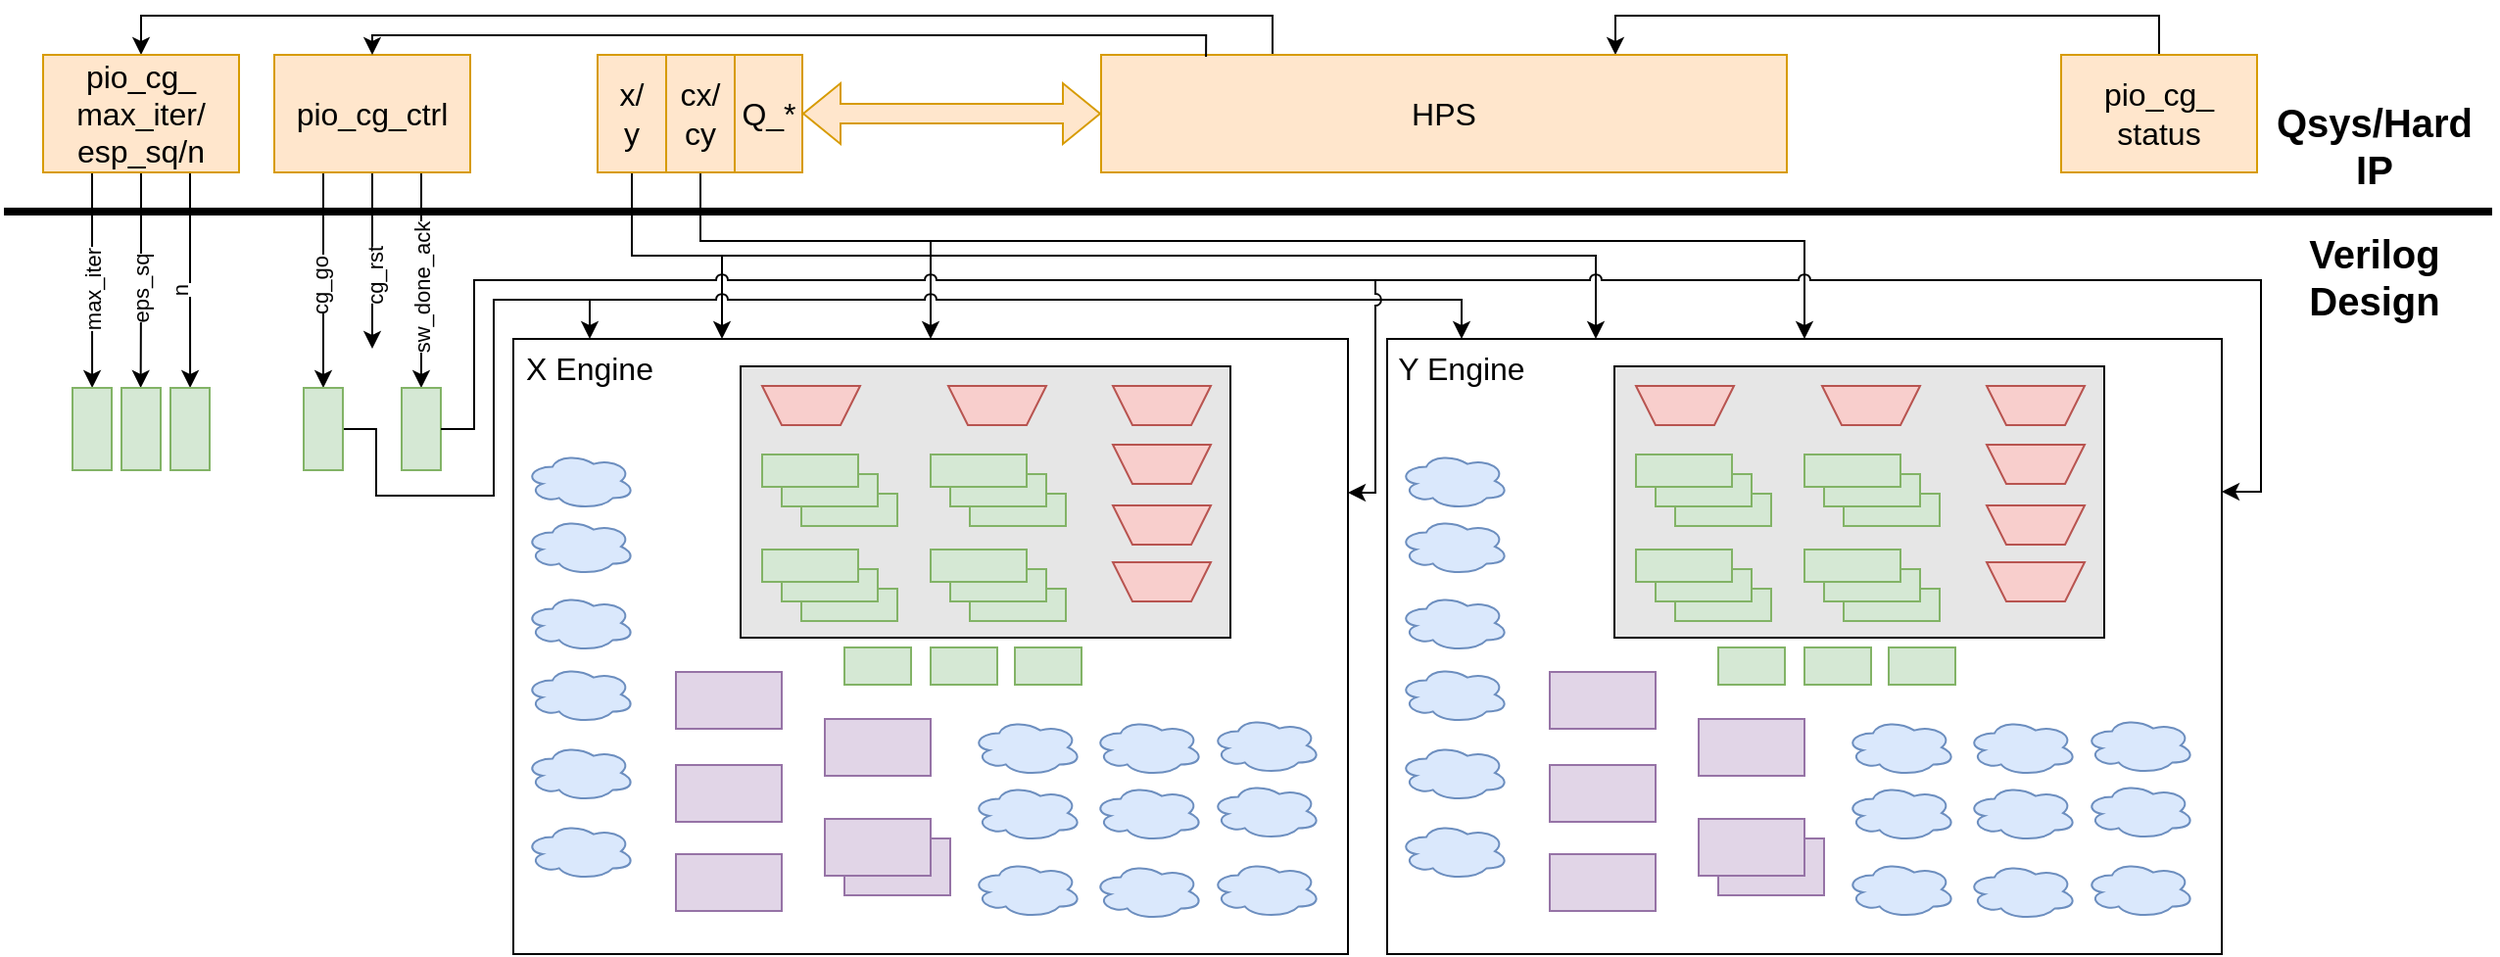
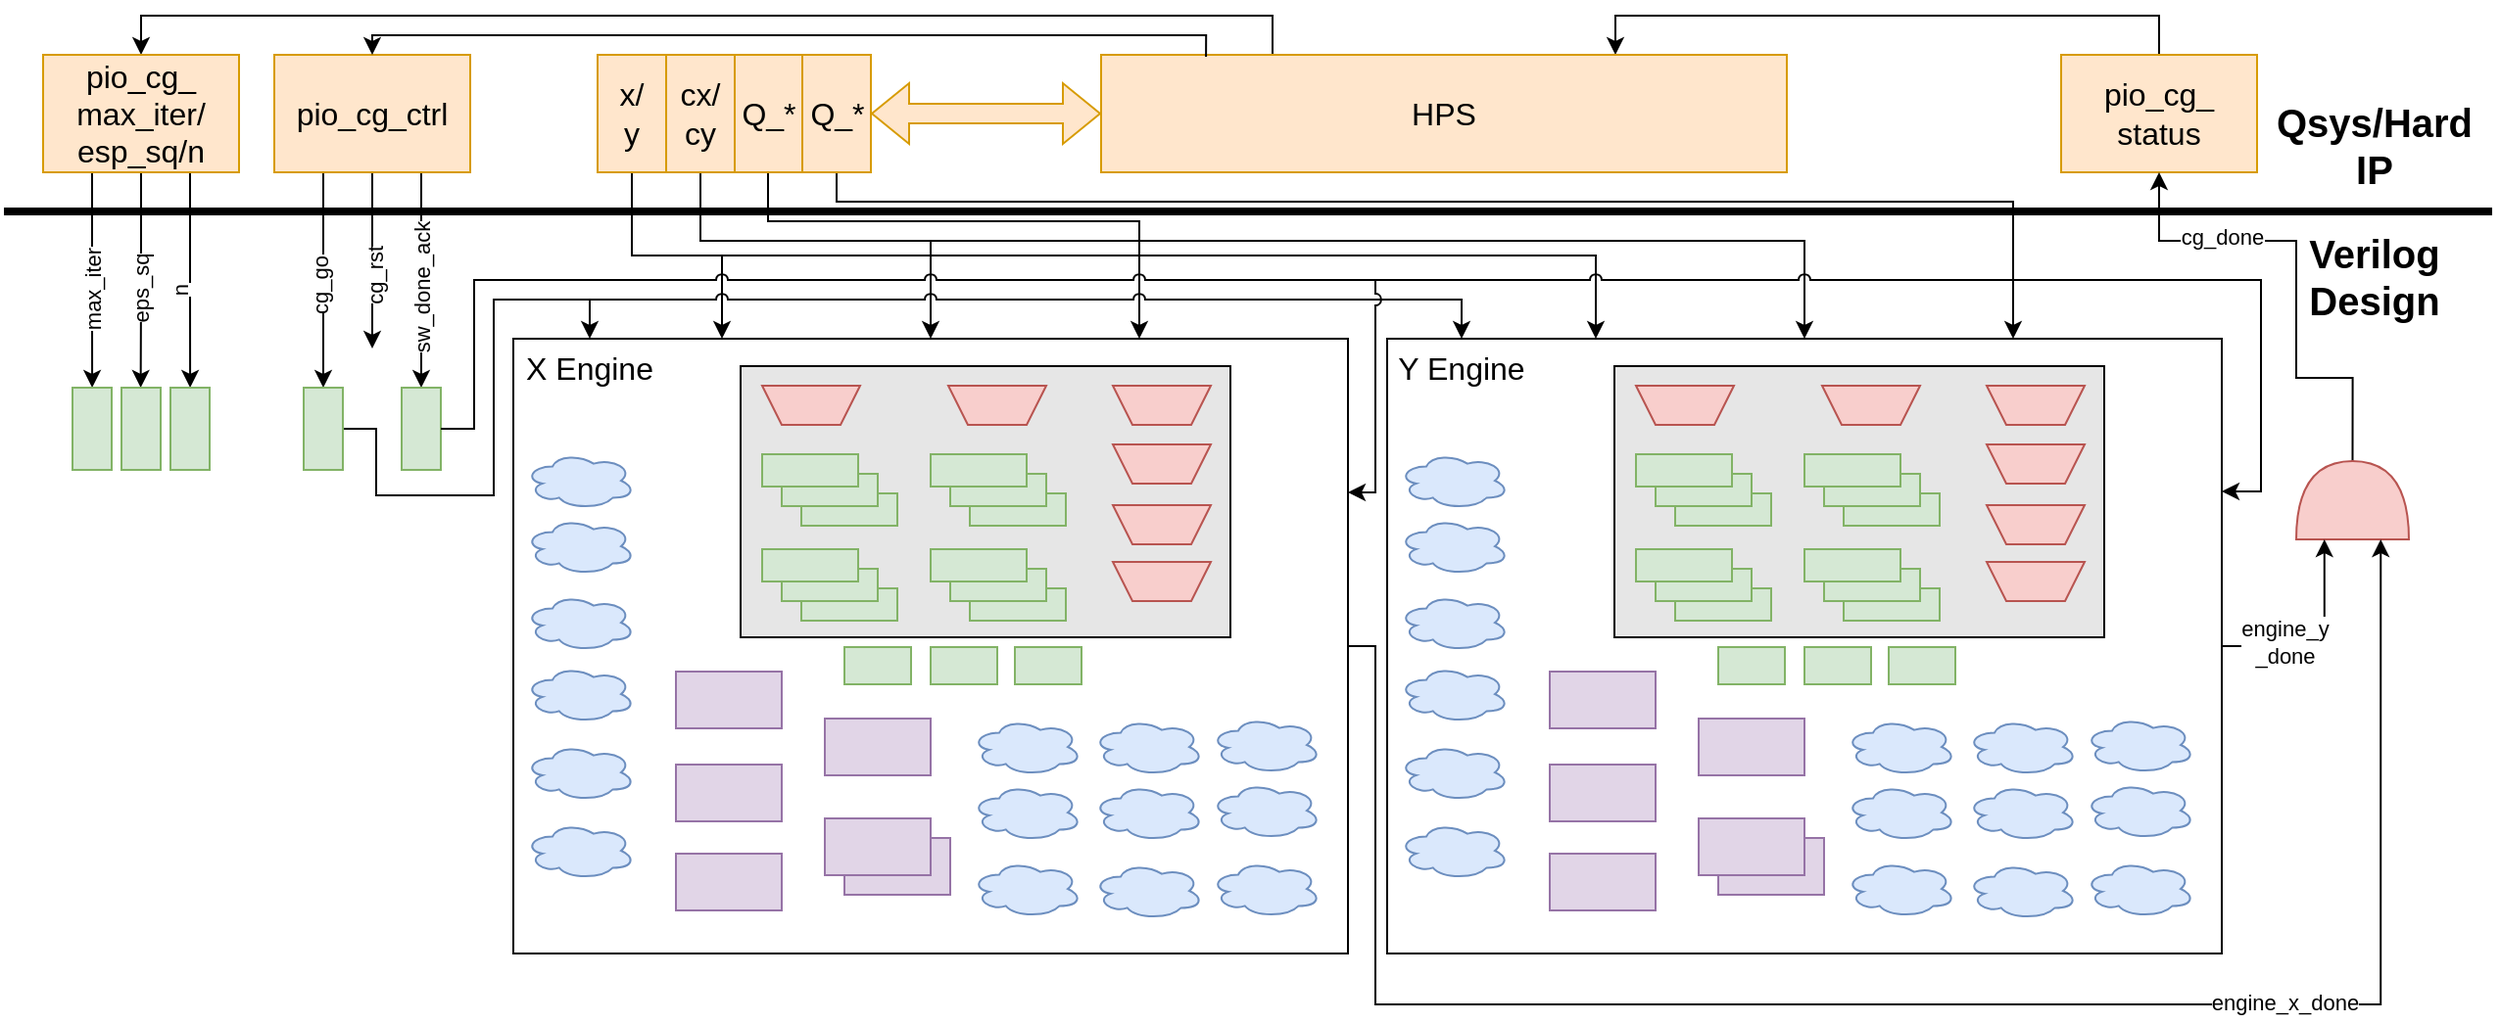
<mxfile host="Electron">
  <diagram name="Page-1" id="AWNFlbgRhAf7hCucew47">
-     <mxGraphModel dx="1623" dy="1133" grid="1" gridSize="10" guides="1" tooltips="1" connect="1" arrows="1" fold="1" page="1" pageScale="1" pageWidth="850" pageHeight="1100" math="0" shadow="0">
+     <mxGraphModel dx="1285" dy="897" grid="1" gridSize="10" guides="1" tooltips="1" connect="1" arrows="1" fold="1" page="1" pageScale="1" pageWidth="850" pageHeight="1100" math="0" shadow="0">
      <root>
        <mxCell id="0" />
        <mxCell id="1" parent="0" />
        <mxCell id="61uRF3do9TJoLr1AtSBQ-257" parent="1" style="rounded=0;whiteSpace=wrap;html=1;" value="" vertex="1">
          <mxGeometry height="314" width="426" x="280" y="200" as="geometry" />
        </mxCell>
        <mxCell id="61uRF3do9TJoLr1AtSBQ-1" parent="1" style="rounded=0;whiteSpace=wrap;html=1;fillColor=#E6E6E6;movable=1;resizable=1;rotatable=1;deletable=1;editable=1;locked=0;connectable=1;" value="" vertex="1">
          <mxGeometry height="138.5" width="250" x="396" y="214" as="geometry" />
        </mxCell>
        <mxCell id="61uRF3do9TJoLr1AtSBQ-244" parent="1" style="rounded=0;whiteSpace=wrap;html=1;fillColor=#e1d5e7;strokeColor=#9673a6;" value="" vertex="1">
          <mxGeometry height="29" width="54" x="449" y="455" as="geometry" />
        </mxCell>
        <mxCell id="61uRF3do9TJoLr1AtSBQ-224" parent="1" style="rounded=0;whiteSpace=wrap;html=1;fillColor=#d5e8d4;strokeColor=#82b366;fontSize=16;" value="" vertex="1">
          <mxGeometry height="16.5" width="49" x="427" y="327.5" as="geometry" />
        </mxCell>
        <mxCell id="61uRF3do9TJoLr1AtSBQ-223" parent="1" style="rounded=0;whiteSpace=wrap;html=1;fillColor=#d5e8d4;strokeColor=#82b366;fontSize=16;" value="" vertex="1">
          <mxGeometry height="16.5" width="49" x="417" y="317.5" as="geometry" />
        </mxCell>
        <mxCell id="61uRF3do9TJoLr1AtSBQ-9" parent="1" style="rounded=0;whiteSpace=wrap;html=1;fillColor=#e1d5e7;strokeColor=#9673a6;" value="" vertex="1">
          <mxGeometry height="29" width="54" x="363" y="370" as="geometry" />
        </mxCell>
        <mxCell id="61uRF3do9TJoLr1AtSBQ-28" parent="1" style="rounded=0;whiteSpace=wrap;html=1;fillColor=#d5e8d4;strokeColor=#82b366;fontSize=16;" value="" vertex="1">
          <mxGeometry height="19" width="34" x="449" y="357.5" as="geometry" />
        </mxCell>
        <mxCell id="61uRF3do9TJoLr1AtSBQ-29" parent="1" style="ellipse;shape=cloud;whiteSpace=wrap;html=1;rounded=0;strokeColor=#6c8ebf;align=center;verticalAlign=middle;fontFamily=Helvetica;fontSize=12;resizable=1;fillColor=#dae8fc;" value="" vertex="1">
          <mxGeometry height="29" width="56" x="286" y="258" as="geometry" />
        </mxCell>
+         <mxCell id="sc7hR3R-hiYR9xTRFbB--2" edge="1" parent="1" source="61uRF3do9TJoLr1AtSBQ-109" style="edgeStyle=orthogonalEdgeStyle;rounded=0;orthogonalLoop=1;jettySize=auto;html=1;exitX=0.5;exitY=1;exitDx=0;exitDy=0;entryX=0.75;entryY=0;entryDx=0;entryDy=0;" target="61uRF3do9TJoLr1AtSBQ-257">
+           <mxGeometry relative="1" as="geometry">
+             <Array as="points">
+               <mxPoint x="410" y="140" />
+               <mxPoint x="600" y="140" />
+             </Array>
+           </mxGeometry>
+         </mxCell>
        <mxCell id="61uRF3do9TJoLr1AtSBQ-109" parent="1" style="rounded=0;whiteSpace=wrap;html=1;fillColor=#ffe6cc;strokeColor=#d79b00;fontSize=16;" value="Q_*" vertex="1">
          <mxGeometry height="60" width="35" x="392.5" y="55" as="geometry" />
        </mxCell>
        <mxCell id="61uRF3do9TJoLr1AtSBQ-110" edge="1" parent="1" source="61uRF3do9TJoLr1AtSBQ-112" style="edgeStyle=orthogonalEdgeStyle;rounded=0;orthogonalLoop=1;jettySize=auto;html=1;exitX=0.5;exitY=1;exitDx=0;exitDy=0;">
          <mxGeometry relative="1" as="geometry">
            <mxPoint x="208" y="205" as="targetPoint" />
          </mxGeometry>
        </mxCell>
        <mxCell id="61uRF3do9TJoLr1AtSBQ-111" connectable="0" parent="61uRF3do9TJoLr1AtSBQ-110" style="edgeLabel;html=1;align=center;verticalAlign=middle;resizable=0;points=[];rotation=-90;" value="cg_rst" vertex="1">
          <mxGeometry relative="1" x="0.1943" y="1" as="geometry">
            <mxPoint as="offset" />
          </mxGeometry>
        </mxCell>
        <mxCell id="61uRF3do9TJoLr1AtSBQ-304" edge="1" parent="1" source="61uRF3do9TJoLr1AtSBQ-112" style="edgeStyle=orthogonalEdgeStyle;rounded=0;orthogonalLoop=1;jettySize=auto;html=1;exitX=0.25;exitY=1;exitDx=0;exitDy=0;entryX=0.5;entryY=0;entryDx=0;entryDy=0;" target="61uRF3do9TJoLr1AtSBQ-303">
          <mxGeometry relative="1" as="geometry" />
        </mxCell>
        <mxCell id="61uRF3do9TJoLr1AtSBQ-305" connectable="0" parent="61uRF3do9TJoLr1AtSBQ-304" style="edgeLabel;html=1;align=center;verticalAlign=middle;resizable=0;points=[];rotation=-90;" value="cg_go" vertex="1">
          <mxGeometry relative="1" x="0.0524" y="-2" as="geometry">
            <mxPoint as="offset" />
          </mxGeometry>
        </mxCell>
        <mxCell id="61uRF3do9TJoLr1AtSBQ-308" edge="1" parent="1" source="61uRF3do9TJoLr1AtSBQ-112" style="edgeStyle=orthogonalEdgeStyle;rounded=0;orthogonalLoop=1;jettySize=auto;html=1;exitX=0.75;exitY=1;exitDx=0;exitDy=0;entryX=0.5;entryY=0;entryDx=0;entryDy=0;" target="61uRF3do9TJoLr1AtSBQ-309">
          <mxGeometry relative="1" as="geometry">
            <Array as="points">
              <mxPoint x="233" y="210" />
              <mxPoint x="233" y="210" />
            </Array>
          </mxGeometry>
        </mxCell>
        <mxCell id="61uRF3do9TJoLr1AtSBQ-310" connectable="0" parent="61uRF3do9TJoLr1AtSBQ-308" style="edgeLabel;html=1;align=center;verticalAlign=middle;resizable=0;points=[];rotation=-90;" value="sw_done_ack" vertex="1">
          <mxGeometry relative="1" x="0.0703" as="geometry">
            <mxPoint as="offset" />
          </mxGeometry>
        </mxCell>
        <mxCell id="61uRF3do9TJoLr1AtSBQ-112" parent="1" style="rounded=0;whiteSpace=wrap;html=1;fillColor=#ffe6cc;strokeColor=#d79b00;fontSize=16;" value="pio_cg_ctrl" vertex="1">
          <mxGeometry height="60" width="100" x="158" y="55" as="geometry" />
        </mxCell>
        <mxCell id="61uRF3do9TJoLr1AtSBQ-115" edge="1" parent="1" source="61uRF3do9TJoLr1AtSBQ-122" style="edgeStyle=orthogonalEdgeStyle;rounded=0;orthogonalLoop=1;jettySize=auto;html=1;exitX=0.25;exitY=1;exitDx=0;exitDy=0;">
          <mxGeometry relative="1" as="geometry">
            <mxPoint x="65.04761904761904" y="225" as="targetPoint" />
          </mxGeometry>
        </mxCell>
        <mxCell id="61uRF3do9TJoLr1AtSBQ-116" connectable="0" parent="61uRF3do9TJoLr1AtSBQ-115" style="edgeLabel;html=1;align=center;verticalAlign=middle;resizable=0;points=[];rotation=-90;" value="max_iter" vertex="1">
          <mxGeometry relative="1" x="-0.291" as="geometry">
            <mxPoint y="21" as="offset" />
          </mxGeometry>
        </mxCell>
        <mxCell id="61uRF3do9TJoLr1AtSBQ-117" edge="1" parent="1" source="61uRF3do9TJoLr1AtSBQ-122" style="edgeStyle=orthogonalEdgeStyle;rounded=0;orthogonalLoop=1;jettySize=auto;html=1;exitX=0.5;exitY=1;exitDx=0;exitDy=0;">
          <mxGeometry relative="1" as="geometry">
            <mxPoint x="89.80952380952374" y="225" as="targetPoint" />
          </mxGeometry>
        </mxCell>
        <mxCell id="61uRF3do9TJoLr1AtSBQ-118" connectable="0" parent="61uRF3do9TJoLr1AtSBQ-117" style="edgeLabel;html=1;align=center;verticalAlign=middle;resizable=0;points=[];rotation=-90;" value="eps_sq" vertex="1">
          <mxGeometry relative="1" x="-0.2819" y="1" as="geometry">
            <mxPoint x="-1" y="20" as="offset" />
          </mxGeometry>
        </mxCell>
        <mxCell id="61uRF3do9TJoLr1AtSBQ-119" edge="1" parent="1" source="61uRF3do9TJoLr1AtSBQ-122" style="edgeStyle=orthogonalEdgeStyle;rounded=0;orthogonalLoop=1;jettySize=auto;html=1;exitX=0.75;exitY=1;exitDx=0;exitDy=0;">
          <mxGeometry relative="1" as="geometry">
            <mxPoint x="115.04761904761904" y="225" as="targetPoint" />
          </mxGeometry>
        </mxCell>
        <mxCell id="61uRF3do9TJoLr1AtSBQ-120" connectable="0" parent="61uRF3do9TJoLr1AtSBQ-119" style="edgeLabel;html=1;align=center;verticalAlign=middle;resizable=0;points=[];rotation=-90;" value="n" vertex="1">
          <mxGeometry relative="1" x="-0.2699" y="-1" as="geometry">
            <mxPoint x="-4" y="20" as="offset" />
          </mxGeometry>
        </mxCell>
        <mxCell id="61uRF3do9TJoLr1AtSBQ-121" edge="1" parent="1" source="61uRF3do9TJoLr1AtSBQ-122" style="edgeStyle=orthogonalEdgeStyle;rounded=0;orthogonalLoop=1;jettySize=auto;html=1;exitX=0.5;exitY=0;exitDx=0;exitDy=0;entryX=0.25;entryY=0;entryDx=0;entryDy=0;startArrow=classic;startFill=1;endArrow=none;endFill=0;fontSize=16;" target="61uRF3do9TJoLr1AtSBQ-128">
          <mxGeometry relative="1" as="geometry">
            <mxPoint x="375" y="40" as="sourcePoint" />
          </mxGeometry>
        </mxCell>
        <mxCell id="61uRF3do9TJoLr1AtSBQ-122" parent="1" style="rounded=0;whiteSpace=wrap;html=1;fillColor=#ffe6cc;strokeColor=#d79b00;fontSize=16;" value="pio_cg_&lt;div&gt;max_iter/&lt;/div&gt;&lt;div&gt;esp_sq/&lt;span style=&quot;background-color: transparent; color: light-dark(rgb(0, 0, 0), rgb(255, 255, 255));&quot;&gt;n&lt;/span&gt;&lt;/div&gt;" vertex="1">
          <mxGeometry height="60" width="100" x="40" y="55" as="geometry" />
        </mxCell>
        <mxCell id="61uRF3do9TJoLr1AtSBQ-123" edge="1" parent="1" source="61uRF3do9TJoLr1AtSBQ-124" style="edgeStyle=orthogonalEdgeStyle;rounded=0;orthogonalLoop=1;jettySize=auto;html=1;exitX=0.5;exitY=0;exitDx=0;exitDy=0;entryX=0.75;entryY=0;entryDx=0;entryDy=0;fontSize=16;" target="61uRF3do9TJoLr1AtSBQ-128">
          <mxGeometry relative="1" as="geometry" />
        </mxCell>
        <mxCell id="61uRF3do9TJoLr1AtSBQ-124" parent="1" style="rounded=0;whiteSpace=wrap;html=1;fillColor=#ffe6cc;strokeColor=#d79b00;fontSize=16;" value="pio_cg_&lt;div&gt;status&lt;/div&gt;" vertex="1">
          <mxGeometry height="60" width="100" x="1070" y="55" as="geometry" />
        </mxCell>
        <mxCell id="61uRF3do9TJoLr1AtSBQ-128" parent="1" style="rounded=0;whiteSpace=wrap;html=1;fillColor=#ffe6cc;strokeColor=#d79b00;fontSize=16;" value="HPS" vertex="1">
          <mxGeometry height="60" width="350" x="580" y="55" as="geometry" />
        </mxCell>
        <mxCell id="61uRF3do9TJoLr1AtSBQ-129" edge="1" parent="1" source="61uRF3do9TJoLr1AtSBQ-112" style="edgeStyle=orthogonalEdgeStyle;rounded=0;orthogonalLoop=1;jettySize=auto;html=1;exitX=0.5;exitY=0;exitDx=0;exitDy=0;entryX=0.153;entryY=0.017;entryDx=0;entryDy=0;entryPerimeter=0;startArrow=classic;startFill=1;endArrow=none;endFill=0;fontSize=16;" target="61uRF3do9TJoLr1AtSBQ-128">
          <mxGeometry relative="1" as="geometry">
            <Array as="points">
              <mxPoint x="208" y="45" />
              <mxPoint x="634" y="45" />
            </Array>
          </mxGeometry>
        </mxCell>
-         <mxCell id="61uRF3do9TJoLr1AtSBQ-130" edge="1" parent="1" source="61uRF3do9TJoLr1AtSBQ-109" style="shape=flexArrow;endArrow=classic;startArrow=classic;html=1;rounded=0;exitX=1;exitY=0.5;exitDx=0;exitDy=0;fillColor=#ffe6cc;strokeColor=#d79b00;fontSize=16;" value="">
+         <mxCell id="61uRF3do9TJoLr1AtSBQ-130" edge="1" parent="1" source="sc7hR3R-hiYR9xTRFbB--1" style="shape=flexArrow;endArrow=classic;startArrow=classic;html=1;rounded=0;fillColor=#ffe6cc;strokeColor=#d79b00;fontSize=16;exitX=1;exitY=0.5;exitDx=0;exitDy=0;" value="">
          <mxGeometry height="100" relative="1" width="100" as="geometry">
-             <mxPoint x="480" y="185" as="sourcePoint" />
+             <mxPoint x="490" y="85" as="sourcePoint" />
            <mxPoint x="580" y="85" as="targetPoint" />
          </mxGeometry>
        </mxCell>
        <mxCell id="61uRF3do9TJoLr1AtSBQ-135" parent="1" style="text;html=1;whiteSpace=wrap;strokeColor=none;fillColor=none;align=center;verticalAlign=middle;rounded=0;" value="&lt;font style=&quot;font-size: 20px;&quot;&gt;&lt;b style=&quot;&quot;&gt;Qsys/Hard IP&lt;/b&gt;&lt;/font&gt;" vertex="1">
          <mxGeometry height="30" width="60" x="1200" y="86" as="geometry" />
        </mxCell>
        <mxCell id="61uRF3do9TJoLr1AtSBQ-136" parent="1" style="text;html=1;whiteSpace=wrap;strokeColor=none;fillColor=none;align=center;verticalAlign=middle;rounded=0;" value="&lt;font style=&quot;font-size: 20px;&quot;&gt;&lt;b style=&quot;&quot;&gt;Verilog Design&lt;/b&gt;&lt;/font&gt;" vertex="1">
          <mxGeometry height="30" width="60" x="1200" y="152.5" as="geometry" />
-         </mxCell>
-         <mxCell id="61uRF3do9TJoLr1AtSBQ-141" edge="1" parent="1" style="endArrow=none;html=1;rounded=0;strokeWidth=4;" value="">
-           <mxGeometry height="50" relative="1" width="50" as="geometry">
-             <mxPoint x="20" y="135" as="sourcePoint" />
-             <mxPoint x="1290" y="135" as="targetPoint" />
-           </mxGeometry>
        </mxCell>
        <mxCell id="61uRF3do9TJoLr1AtSBQ-142" parent="1" style="rounded=0;whiteSpace=wrap;html=1;fillColor=#d5e8d4;strokeColor=#82b366;" value="" vertex="1">
          <mxGeometry height="42" width="20" x="55" y="225" as="geometry" />
        </mxCell>
        <mxCell id="61uRF3do9TJoLr1AtSBQ-143" parent="1" style="rounded=0;whiteSpace=wrap;html=1;fillColor=#d5e8d4;strokeColor=#82b366;" value="" vertex="1">
          <mxGeometry height="42" width="20" x="80" y="225" as="geometry" />
        </mxCell>
        <mxCell id="61uRF3do9TJoLr1AtSBQ-144" parent="1" style="rounded=0;whiteSpace=wrap;html=1;fillColor=#d5e8d4;strokeColor=#82b366;" value="" vertex="1">
          <mxGeometry height="42" width="20" x="105" y="225" as="geometry" />
        </mxCell>
        <mxCell id="61uRF3do9TJoLr1AtSBQ-317" edge="1" parent="1" source="61uRF3do9TJoLr1AtSBQ-145" style="edgeStyle=orthogonalEdgeStyle;rounded=0;orthogonalLoop=1;jettySize=auto;html=1;exitX=0.5;exitY=1;exitDx=0;exitDy=0;entryX=0.5;entryY=0;entryDx=0;entryDy=0;" target="61uRF3do9TJoLr1AtSBQ-257">
          <mxGeometry relative="1" as="geometry">
            <Array as="points">
              <mxPoint x="376" y="150" />
              <mxPoint x="493" y="150" />
            </Array>
          </mxGeometry>
        </mxCell>
        <mxCell id="61uRF3do9TJoLr1AtSBQ-318" edge="1" parent="1" source="61uRF3do9TJoLr1AtSBQ-145" style="edgeStyle=orthogonalEdgeStyle;rounded=0;orthogonalLoop=1;jettySize=auto;html=1;exitX=0.5;exitY=1;exitDx=0;exitDy=0;entryX=0.5;entryY=0;entryDx=0;entryDy=0;" target="61uRF3do9TJoLr1AtSBQ-258">
          <mxGeometry relative="1" as="geometry">
            <Array as="points">
              <mxPoint x="375" y="150" />
              <mxPoint x="939" y="150" />
            </Array>
          </mxGeometry>
        </mxCell>
        <mxCell id="61uRF3do9TJoLr1AtSBQ-145" parent="1" style="rounded=0;whiteSpace=wrap;html=1;fillColor=#ffe6cc;strokeColor=#d79b00;fontSize=16;" value="cx/&lt;div&gt;cy&lt;/div&gt;" vertex="1">
          <mxGeometry height="60" width="35" x="358" y="55" as="geometry" />
        </mxCell>
        <mxCell id="61uRF3do9TJoLr1AtSBQ-316" edge="1" parent="1" source="61uRF3do9TJoLr1AtSBQ-147" style="edgeStyle=orthogonalEdgeStyle;rounded=0;orthogonalLoop=1;jettySize=auto;html=1;exitX=0.5;exitY=1;exitDx=0;exitDy=0;entryX=0.25;entryY=0;entryDx=0;entryDy=0;" target="61uRF3do9TJoLr1AtSBQ-257">
          <mxGeometry relative="1" as="geometry" />
        </mxCell>
        <mxCell id="61uRF3do9TJoLr1AtSBQ-319" edge="1" parent="1" source="61uRF3do9TJoLr1AtSBQ-147" style="edgeStyle=orthogonalEdgeStyle;rounded=0;orthogonalLoop=1;jettySize=auto;html=1;exitX=0.5;exitY=1;exitDx=0;exitDy=0;entryX=0.25;entryY=0;entryDx=0;entryDy=0;" target="61uRF3do9TJoLr1AtSBQ-258">
          <mxGeometry relative="1" as="geometry" />
        </mxCell>
        <mxCell id="61uRF3do9TJoLr1AtSBQ-147" parent="1" style="rounded=0;whiteSpace=wrap;html=1;fillColor=#ffe6cc;strokeColor=#d79b00;fontSize=16;" value="x/&lt;div&gt;y&lt;/div&gt;" vertex="1">
          <mxGeometry height="60" width="35" x="323" y="55" as="geometry" />
        </mxCell>
        <mxCell id="61uRF3do9TJoLr1AtSBQ-150" parent="1" style="rounded=0;whiteSpace=wrap;html=1;fillColor=#d5e8d4;strokeColor=#82b366;fontSize=16;" value="" vertex="1">
          <mxGeometry height="16.5" width="49" x="407" y="307.5" as="geometry" />
        </mxCell>
        <mxCell id="61uRF3do9TJoLr1AtSBQ-180" parent="1" style="shape=trapezoid;perimeter=trapezoidPerimeter;whiteSpace=wrap;html=1;fixedSize=1;rotation=-180;size=10;fillColor=#f8cecc;strokeColor=#b85450;" value="" vertex="1">
          <mxGeometry height="20" width="50" x="407" y="224" as="geometry" />
        </mxCell>
        <mxCell id="61uRF3do9TJoLr1AtSBQ-218" parent="1" style="ellipse;shape=cloud;whiteSpace=wrap;html=1;rounded=0;strokeColor=#6c8ebf;align=center;verticalAlign=middle;fontFamily=Helvetica;fontSize=12;resizable=1;fillColor=#dae8fc;" value="" vertex="1">
          <mxGeometry height="29" width="56" x="286" y="291.5" as="geometry" />
        </mxCell>
        <mxCell id="61uRF3do9TJoLr1AtSBQ-219" parent="1" style="ellipse;shape=cloud;whiteSpace=wrap;html=1;rounded=0;strokeColor=#6c8ebf;align=center;verticalAlign=middle;fontFamily=Helvetica;fontSize=12;resizable=1;fillColor=#dae8fc;" value="" vertex="1">
          <mxGeometry height="29" width="56" x="286" y="330.5" as="geometry" />
        </mxCell>
        <mxCell id="61uRF3do9TJoLr1AtSBQ-220" parent="1" style="ellipse;shape=cloud;whiteSpace=wrap;html=1;rounded=0;strokeColor=#6c8ebf;align=center;verticalAlign=middle;fontFamily=Helvetica;fontSize=12;resizable=1;fillColor=#dae8fc;" value="" vertex="1">
          <mxGeometry height="29" width="56" x="286" y="367" as="geometry" />
        </mxCell>
        <mxCell id="61uRF3do9TJoLr1AtSBQ-221" parent="1" style="ellipse;shape=cloud;whiteSpace=wrap;html=1;rounded=0;strokeColor=#6c8ebf;align=center;verticalAlign=middle;fontFamily=Helvetica;fontSize=12;resizable=1;fillColor=#dae8fc;" value="" vertex="1">
          <mxGeometry height="29" width="56" x="286" y="407" as="geometry" />
        </mxCell>
        <mxCell id="61uRF3do9TJoLr1AtSBQ-222" parent="1" style="ellipse;shape=cloud;whiteSpace=wrap;html=1;rounded=0;strokeColor=#6c8ebf;align=center;verticalAlign=middle;fontFamily=Helvetica;fontSize=12;resizable=1;fillColor=#dae8fc;" value="" vertex="1">
          <mxGeometry height="29" width="56" x="286" y="447" as="geometry" />
        </mxCell>
        <mxCell id="61uRF3do9TJoLr1AtSBQ-225" parent="1" style="rounded=0;whiteSpace=wrap;html=1;fillColor=#d5e8d4;strokeColor=#82b366;fontSize=16;" value="" vertex="1">
          <mxGeometry height="16.5" width="49" x="513" y="327.5" as="geometry" />
        </mxCell>
        <mxCell id="61uRF3do9TJoLr1AtSBQ-226" parent="1" style="rounded=0;whiteSpace=wrap;html=1;fillColor=#d5e8d4;strokeColor=#82b366;fontSize=16;" value="" vertex="1">
          <mxGeometry height="16.5" width="49" x="503" y="317.5" as="geometry" />
        </mxCell>
        <mxCell id="61uRF3do9TJoLr1AtSBQ-227" parent="1" style="rounded=0;whiteSpace=wrap;html=1;fillColor=#d5e8d4;strokeColor=#82b366;fontSize=16;" value="" vertex="1">
          <mxGeometry height="16.5" width="49" x="493" y="307.5" as="geometry" />
        </mxCell>
        <mxCell id="61uRF3do9TJoLr1AtSBQ-228" parent="1" style="rounded=0;whiteSpace=wrap;html=1;fillColor=#d5e8d4;strokeColor=#82b366;fontSize=16;" value="" vertex="1">
          <mxGeometry height="16.5" width="49" x="427" y="279" as="geometry" />
        </mxCell>
        <mxCell id="61uRF3do9TJoLr1AtSBQ-229" parent="1" style="rounded=0;whiteSpace=wrap;html=1;fillColor=#d5e8d4;strokeColor=#82b366;fontSize=16;" value="" vertex="1">
          <mxGeometry height="16.5" width="49" x="417" y="269" as="geometry" />
        </mxCell>
        <mxCell id="61uRF3do9TJoLr1AtSBQ-230" parent="1" style="rounded=0;whiteSpace=wrap;html=1;fillColor=#d5e8d4;strokeColor=#82b366;fontSize=16;" value="" vertex="1">
          <mxGeometry height="16.5" width="49" x="407" y="259" as="geometry" />
        </mxCell>
        <mxCell id="61uRF3do9TJoLr1AtSBQ-231" parent="1" style="rounded=0;whiteSpace=wrap;html=1;fillColor=#d5e8d4;strokeColor=#82b366;fontSize=16;" value="" vertex="1">
          <mxGeometry height="16.5" width="49" x="513" y="279" as="geometry" />
        </mxCell>
        <mxCell id="61uRF3do9TJoLr1AtSBQ-232" parent="1" style="rounded=0;whiteSpace=wrap;html=1;fillColor=#d5e8d4;strokeColor=#82b366;fontSize=16;" value="" vertex="1">
          <mxGeometry height="16.5" width="49" x="503" y="269" as="geometry" />
        </mxCell>
        <mxCell id="61uRF3do9TJoLr1AtSBQ-233" parent="1" style="rounded=0;whiteSpace=wrap;html=1;fillColor=#d5e8d4;strokeColor=#82b366;fontSize=16;" value="" vertex="1">
          <mxGeometry height="16.5" width="49" x="493" y="259" as="geometry" />
        </mxCell>
        <mxCell id="61uRF3do9TJoLr1AtSBQ-234" parent="1" style="shape=trapezoid;perimeter=trapezoidPerimeter;whiteSpace=wrap;html=1;fixedSize=1;rotation=-180;size=10;fillColor=#f8cecc;strokeColor=#b85450;" value="" vertex="1">
          <mxGeometry height="20" width="50" x="502" y="224" as="geometry" />
        </mxCell>
        <mxCell id="61uRF3do9TJoLr1AtSBQ-236" parent="1" style="shape=trapezoid;perimeter=trapezoidPerimeter;whiteSpace=wrap;html=1;fixedSize=1;rotation=-180;size=10;fillColor=#f8cecc;strokeColor=#b85450;" value="" vertex="1">
          <mxGeometry height="20" width="50" x="586" y="224" as="geometry" />
        </mxCell>
        <mxCell id="61uRF3do9TJoLr1AtSBQ-237" parent="1" style="shape=trapezoid;perimeter=trapezoidPerimeter;whiteSpace=wrap;html=1;fixedSize=1;rotation=-180;size=10;fillColor=#f8cecc;strokeColor=#b85450;" value="" vertex="1">
          <mxGeometry height="20" width="50" x="586" y="254" as="geometry" />
        </mxCell>
        <mxCell id="61uRF3do9TJoLr1AtSBQ-238" parent="1" style="shape=trapezoid;perimeter=trapezoidPerimeter;whiteSpace=wrap;html=1;fixedSize=1;rotation=-180;size=10;fillColor=#f8cecc;strokeColor=#b85450;" value="" vertex="1">
          <mxGeometry height="20" width="50" x="586" y="285" as="geometry" />
        </mxCell>
        <mxCell id="61uRF3do9TJoLr1AtSBQ-239" parent="1" style="shape=trapezoid;perimeter=trapezoidPerimeter;whiteSpace=wrap;html=1;fixedSize=1;rotation=-180;size=10;fillColor=#f8cecc;strokeColor=#b85450;" value="" vertex="1">
          <mxGeometry height="20" width="50" x="586" y="314" as="geometry" />
        </mxCell>
        <mxCell id="61uRF3do9TJoLr1AtSBQ-240" parent="1" style="rounded=0;whiteSpace=wrap;html=1;fillColor=#e1d5e7;strokeColor=#9673a6;" value="" vertex="1">
          <mxGeometry height="29" width="54" x="363" y="417.5" as="geometry" />
        </mxCell>
        <mxCell id="61uRF3do9TJoLr1AtSBQ-241" parent="1" style="rounded=0;whiteSpace=wrap;html=1;fillColor=#e1d5e7;strokeColor=#9673a6;" value="" vertex="1">
          <mxGeometry height="29" width="54" x="363" y="463" as="geometry" />
        </mxCell>
        <mxCell id="61uRF3do9TJoLr1AtSBQ-242" parent="1" style="rounded=0;whiteSpace=wrap;html=1;fillColor=#e1d5e7;strokeColor=#9673a6;" value="" vertex="1">
          <mxGeometry height="29" width="54" x="439" y="394" as="geometry" />
        </mxCell>
        <mxCell id="61uRF3do9TJoLr1AtSBQ-243" parent="1" style="rounded=0;whiteSpace=wrap;html=1;fillColor=#e1d5e7;strokeColor=#9673a6;" value="" vertex="1">
          <mxGeometry height="29" width="54" x="439" y="445" as="geometry" />
        </mxCell>
        <mxCell id="61uRF3do9TJoLr1AtSBQ-245" parent="1" style="rounded=0;whiteSpace=wrap;html=1;fillColor=#d5e8d4;strokeColor=#82b366;fontSize=16;" value="" vertex="1">
          <mxGeometry height="19" width="34" x="493" y="357.5" as="geometry" />
        </mxCell>
        <mxCell id="61uRF3do9TJoLr1AtSBQ-246" parent="1" style="rounded=0;whiteSpace=wrap;html=1;fillColor=#d5e8d4;strokeColor=#82b366;fontSize=16;" value="" vertex="1">
          <mxGeometry height="19" width="34" x="536" y="357.5" as="geometry" />
        </mxCell>
        <mxCell id="61uRF3do9TJoLr1AtSBQ-247" parent="1" style="ellipse;shape=cloud;whiteSpace=wrap;html=1;rounded=0;strokeColor=#6c8ebf;align=center;verticalAlign=middle;fontFamily=Helvetica;fontSize=12;resizable=1;fillColor=#dae8fc;" value="" vertex="1">
          <mxGeometry height="29" width="56" x="514" y="394" as="geometry" />
        </mxCell>
        <mxCell id="61uRF3do9TJoLr1AtSBQ-248" parent="1" style="ellipse;shape=cloud;whiteSpace=wrap;html=1;rounded=0;strokeColor=#6c8ebf;align=center;verticalAlign=middle;fontFamily=Helvetica;fontSize=12;resizable=1;fillColor=#dae8fc;" value="" vertex="1">
          <mxGeometry height="29" width="56" x="514" y="427.5" as="geometry" />
        </mxCell>
        <mxCell id="61uRF3do9TJoLr1AtSBQ-249" parent="1" style="ellipse;shape=cloud;whiteSpace=wrap;html=1;rounded=0;strokeColor=#6c8ebf;align=center;verticalAlign=middle;fontFamily=Helvetica;fontSize=12;resizable=1;fillColor=#dae8fc;" value="" vertex="1">
          <mxGeometry height="29" width="56" x="514" y="466.5" as="geometry" />
        </mxCell>
        <mxCell id="61uRF3do9TJoLr1AtSBQ-250" parent="1" style="ellipse;shape=cloud;whiteSpace=wrap;html=1;rounded=0;strokeColor=#6c8ebf;align=center;verticalAlign=middle;fontFamily=Helvetica;fontSize=12;resizable=1;fillColor=#dae8fc;" value="" vertex="1">
          <mxGeometry height="29" width="56" x="576" y="394" as="geometry" />
        </mxCell>
        <mxCell id="61uRF3do9TJoLr1AtSBQ-251" parent="1" style="ellipse;shape=cloud;whiteSpace=wrap;html=1;rounded=0;strokeColor=#6c8ebf;align=center;verticalAlign=middle;fontFamily=Helvetica;fontSize=12;resizable=1;fillColor=#dae8fc;" value="" vertex="1">
          <mxGeometry height="29" width="56" x="576" y="427.5" as="geometry" />
        </mxCell>
        <mxCell id="61uRF3do9TJoLr1AtSBQ-252" parent="1" style="ellipse;shape=cloud;whiteSpace=wrap;html=1;rounded=0;strokeColor=#6c8ebf;align=center;verticalAlign=middle;fontFamily=Helvetica;fontSize=12;resizable=1;fillColor=#dae8fc;" value="" vertex="1">
          <mxGeometry height="29" width="56" x="576" y="467.5" as="geometry" />
        </mxCell>
        <mxCell id="61uRF3do9TJoLr1AtSBQ-253" parent="1" style="ellipse;shape=cloud;whiteSpace=wrap;html=1;rounded=0;strokeColor=#6c8ebf;align=center;verticalAlign=middle;fontFamily=Helvetica;fontSize=12;resizable=1;fillColor=#dae8fc;" value="" vertex="1">
          <mxGeometry height="29" width="56" x="636" y="393" as="geometry" />
        </mxCell>
        <mxCell id="61uRF3do9TJoLr1AtSBQ-254" parent="1" style="ellipse;shape=cloud;whiteSpace=wrap;html=1;rounded=0;strokeColor=#6c8ebf;align=center;verticalAlign=middle;fontFamily=Helvetica;fontSize=12;resizable=1;fillColor=#dae8fc;" value="" vertex="1">
          <mxGeometry height="29" width="56" x="636" y="426.5" as="geometry" />
        </mxCell>
        <mxCell id="61uRF3do9TJoLr1AtSBQ-255" parent="1" style="ellipse;shape=cloud;whiteSpace=wrap;html=1;rounded=0;strokeColor=#6c8ebf;align=center;verticalAlign=middle;fontFamily=Helvetica;fontSize=12;resizable=1;fillColor=#dae8fc;" value="" vertex="1">
          <mxGeometry height="29" width="56" x="636" y="466.5" as="geometry" />
        </mxCell>
        <mxCell id="61uRF3do9TJoLr1AtSBQ-256" parent="1" style="text;html=1;whiteSpace=wrap;strokeColor=none;fillColor=none;align=center;verticalAlign=middle;rounded=0;" value="&lt;font style=&quot;font-size: 16px;&quot;&gt;X Engine&lt;/font&gt;" vertex="1">
          <mxGeometry height="30" width="78" x="280" y="200" as="geometry" />
        </mxCell>
        <mxCell id="61uRF3do9TJoLr1AtSBQ-258" parent="1" style="rounded=0;whiteSpace=wrap;html=1;" value="" vertex="1">
          <mxGeometry height="314" width="426" x="726" y="200" as="geometry" />
        </mxCell>
        <mxCell id="61uRF3do9TJoLr1AtSBQ-259" parent="1" style="rounded=0;whiteSpace=wrap;html=1;fillColor=#E6E6E6;movable=1;resizable=1;rotatable=1;deletable=1;editable=1;locked=0;connectable=1;" value="" vertex="1">
          <mxGeometry height="138.5" width="250" x="842" y="214" as="geometry" />
        </mxCell>
        <mxCell id="61uRF3do9TJoLr1AtSBQ-260" parent="1" style="rounded=0;whiteSpace=wrap;html=1;fillColor=#e1d5e7;strokeColor=#9673a6;" value="" vertex="1">
          <mxGeometry height="29" width="54" x="895" y="455" as="geometry" />
        </mxCell>
        <mxCell id="61uRF3do9TJoLr1AtSBQ-261" parent="1" style="rounded=0;whiteSpace=wrap;html=1;fillColor=#d5e8d4;strokeColor=#82b366;fontSize=16;" value="" vertex="1">
          <mxGeometry height="16.5" width="49" x="873" y="327.5" as="geometry" />
        </mxCell>
        <mxCell id="61uRF3do9TJoLr1AtSBQ-262" parent="1" style="rounded=0;whiteSpace=wrap;html=1;fillColor=#d5e8d4;strokeColor=#82b366;fontSize=16;" value="" vertex="1">
          <mxGeometry height="16.5" width="49" x="863" y="317.5" as="geometry" />
        </mxCell>
        <mxCell id="61uRF3do9TJoLr1AtSBQ-263" parent="1" style="rounded=0;whiteSpace=wrap;html=1;fillColor=#e1d5e7;strokeColor=#9673a6;" value="" vertex="1">
          <mxGeometry height="29" width="54" x="809" y="370" as="geometry" />
        </mxCell>
        <mxCell id="61uRF3do9TJoLr1AtSBQ-264" parent="1" style="rounded=0;whiteSpace=wrap;html=1;fillColor=#d5e8d4;strokeColor=#82b366;fontSize=16;" value="" vertex="1">
          <mxGeometry height="19" width="34" x="895" y="357.5" as="geometry" />
        </mxCell>
        <mxCell id="61uRF3do9TJoLr1AtSBQ-265" parent="1" style="ellipse;shape=cloud;whiteSpace=wrap;html=1;rounded=0;strokeColor=#6c8ebf;align=center;verticalAlign=middle;fontFamily=Helvetica;fontSize=12;resizable=1;fillColor=#dae8fc;" value="" vertex="1">
          <mxGeometry height="29" width="56" x="732" y="258" as="geometry" />
        </mxCell>
        <mxCell id="61uRF3do9TJoLr1AtSBQ-266" parent="1" style="rounded=0;whiteSpace=wrap;html=1;fillColor=#d5e8d4;strokeColor=#82b366;fontSize=16;" value="" vertex="1">
          <mxGeometry height="16.5" width="49" x="853" y="307.5" as="geometry" />
        </mxCell>
        <mxCell id="61uRF3do9TJoLr1AtSBQ-267" parent="1" style="shape=trapezoid;perimeter=trapezoidPerimeter;whiteSpace=wrap;html=1;fixedSize=1;rotation=-180;size=10;fillColor=#f8cecc;strokeColor=#b85450;" value="" vertex="1">
          <mxGeometry height="20" width="50" x="853" y="224" as="geometry" />
        </mxCell>
        <mxCell id="61uRF3do9TJoLr1AtSBQ-268" parent="1" style="ellipse;shape=cloud;whiteSpace=wrap;html=1;rounded=0;strokeColor=#6c8ebf;align=center;verticalAlign=middle;fontFamily=Helvetica;fontSize=12;resizable=1;fillColor=#dae8fc;" value="" vertex="1">
          <mxGeometry height="29" width="56" x="732" y="291.5" as="geometry" />
        </mxCell>
        <mxCell id="61uRF3do9TJoLr1AtSBQ-269" parent="1" style="ellipse;shape=cloud;whiteSpace=wrap;html=1;rounded=0;strokeColor=#6c8ebf;align=center;verticalAlign=middle;fontFamily=Helvetica;fontSize=12;resizable=1;fillColor=#dae8fc;" value="" vertex="1">
          <mxGeometry height="29" width="56" x="732" y="330.5" as="geometry" />
        </mxCell>
        <mxCell id="61uRF3do9TJoLr1AtSBQ-270" parent="1" style="ellipse;shape=cloud;whiteSpace=wrap;html=1;rounded=0;strokeColor=#6c8ebf;align=center;verticalAlign=middle;fontFamily=Helvetica;fontSize=12;resizable=1;fillColor=#dae8fc;" value="" vertex="1">
          <mxGeometry height="29" width="56" x="732" y="367" as="geometry" />
        </mxCell>
        <mxCell id="61uRF3do9TJoLr1AtSBQ-271" parent="1" style="ellipse;shape=cloud;whiteSpace=wrap;html=1;rounded=0;strokeColor=#6c8ebf;align=center;verticalAlign=middle;fontFamily=Helvetica;fontSize=12;resizable=1;fillColor=#dae8fc;" value="" vertex="1">
          <mxGeometry height="29" width="56" x="732" y="407" as="geometry" />
        </mxCell>
        <mxCell id="61uRF3do9TJoLr1AtSBQ-272" parent="1" style="ellipse;shape=cloud;whiteSpace=wrap;html=1;rounded=0;strokeColor=#6c8ebf;align=center;verticalAlign=middle;fontFamily=Helvetica;fontSize=12;resizable=1;fillColor=#dae8fc;" value="" vertex="1">
          <mxGeometry height="29" width="56" x="732" y="447" as="geometry" />
        </mxCell>
        <mxCell id="61uRF3do9TJoLr1AtSBQ-273" parent="1" style="rounded=0;whiteSpace=wrap;html=1;fillColor=#d5e8d4;strokeColor=#82b366;fontSize=16;" value="" vertex="1">
          <mxGeometry height="16.5" width="49" x="959" y="327.5" as="geometry" />
        </mxCell>
        <mxCell id="61uRF3do9TJoLr1AtSBQ-274" parent="1" style="rounded=0;whiteSpace=wrap;html=1;fillColor=#d5e8d4;strokeColor=#82b366;fontSize=16;" value="" vertex="1">
          <mxGeometry height="16.5" width="49" x="949" y="317.5" as="geometry" />
        </mxCell>
        <mxCell id="61uRF3do9TJoLr1AtSBQ-275" parent="1" style="rounded=0;whiteSpace=wrap;html=1;fillColor=#d5e8d4;strokeColor=#82b366;fontSize=16;" value="" vertex="1">
          <mxGeometry height="16.5" width="49" x="939" y="307.5" as="geometry" />
        </mxCell>
        <mxCell id="61uRF3do9TJoLr1AtSBQ-276" parent="1" style="rounded=0;whiteSpace=wrap;html=1;fillColor=#d5e8d4;strokeColor=#82b366;fontSize=16;" value="" vertex="1">
          <mxGeometry height="16.5" width="49" x="873" y="279" as="geometry" />
        </mxCell>
        <mxCell id="61uRF3do9TJoLr1AtSBQ-277" parent="1" style="rounded=0;whiteSpace=wrap;html=1;fillColor=#d5e8d4;strokeColor=#82b366;fontSize=16;" value="" vertex="1">
          <mxGeometry height="16.5" width="49" x="863" y="269" as="geometry" />
        </mxCell>
        <mxCell id="61uRF3do9TJoLr1AtSBQ-278" parent="1" style="rounded=0;whiteSpace=wrap;html=1;fillColor=#d5e8d4;strokeColor=#82b366;fontSize=16;" value="" vertex="1">
          <mxGeometry height="16.5" width="49" x="853" y="259" as="geometry" />
        </mxCell>
        <mxCell id="61uRF3do9TJoLr1AtSBQ-279" parent="1" style="rounded=0;whiteSpace=wrap;html=1;fillColor=#d5e8d4;strokeColor=#82b366;fontSize=16;" value="" vertex="1">
          <mxGeometry height="16.5" width="49" x="959" y="279" as="geometry" />
        </mxCell>
        <mxCell id="61uRF3do9TJoLr1AtSBQ-280" parent="1" style="rounded=0;whiteSpace=wrap;html=1;fillColor=#d5e8d4;strokeColor=#82b366;fontSize=16;" value="" vertex="1">
          <mxGeometry height="16.5" width="49" x="949" y="269" as="geometry" />
        </mxCell>
        <mxCell id="61uRF3do9TJoLr1AtSBQ-281" parent="1" style="rounded=0;whiteSpace=wrap;html=1;fillColor=#d5e8d4;strokeColor=#82b366;fontSize=16;" value="" vertex="1">
          <mxGeometry height="16.5" width="49" x="939" y="259" as="geometry" />
        </mxCell>
        <mxCell id="61uRF3do9TJoLr1AtSBQ-282" parent="1" style="shape=trapezoid;perimeter=trapezoidPerimeter;whiteSpace=wrap;html=1;fixedSize=1;rotation=-180;size=10;fillColor=#f8cecc;strokeColor=#b85450;" value="" vertex="1">
          <mxGeometry height="20" width="50" x="948" y="224" as="geometry" />
        </mxCell>
        <mxCell id="61uRF3do9TJoLr1AtSBQ-283" parent="1" style="shape=trapezoid;perimeter=trapezoidPerimeter;whiteSpace=wrap;html=1;fixedSize=1;rotation=-180;size=10;fillColor=#f8cecc;strokeColor=#b85450;" value="" vertex="1">
          <mxGeometry height="20" width="50" x="1032" y="224" as="geometry" />
        </mxCell>
        <mxCell id="61uRF3do9TJoLr1AtSBQ-284" parent="1" style="shape=trapezoid;perimeter=trapezoidPerimeter;whiteSpace=wrap;html=1;fixedSize=1;rotation=-180;size=10;fillColor=#f8cecc;strokeColor=#b85450;" value="" vertex="1">
          <mxGeometry height="20" width="50" x="1032" y="254" as="geometry" />
        </mxCell>
        <mxCell id="61uRF3do9TJoLr1AtSBQ-285" parent="1" style="shape=trapezoid;perimeter=trapezoidPerimeter;whiteSpace=wrap;html=1;fixedSize=1;rotation=-180;size=10;fillColor=#f8cecc;strokeColor=#b85450;" value="" vertex="1">
          <mxGeometry height="20" width="50" x="1032" y="285" as="geometry" />
        </mxCell>
        <mxCell id="61uRF3do9TJoLr1AtSBQ-286" parent="1" style="shape=trapezoid;perimeter=trapezoidPerimeter;whiteSpace=wrap;html=1;fixedSize=1;rotation=-180;size=10;fillColor=#f8cecc;strokeColor=#b85450;" value="" vertex="1">
          <mxGeometry height="20" width="50" x="1032" y="314" as="geometry" />
        </mxCell>
        <mxCell id="61uRF3do9TJoLr1AtSBQ-287" parent="1" style="rounded=0;whiteSpace=wrap;html=1;fillColor=#e1d5e7;strokeColor=#9673a6;" value="" vertex="1">
          <mxGeometry height="29" width="54" x="809" y="417.5" as="geometry" />
        </mxCell>
        <mxCell id="61uRF3do9TJoLr1AtSBQ-288" parent="1" style="rounded=0;whiteSpace=wrap;html=1;fillColor=#e1d5e7;strokeColor=#9673a6;" value="" vertex="1">
          <mxGeometry height="29" width="54" x="809" y="463" as="geometry" />
        </mxCell>
        <mxCell id="61uRF3do9TJoLr1AtSBQ-289" parent="1" style="rounded=0;whiteSpace=wrap;html=1;fillColor=#e1d5e7;strokeColor=#9673a6;" value="" vertex="1">
          <mxGeometry height="29" width="54" x="885" y="394" as="geometry" />
        </mxCell>
        <mxCell id="61uRF3do9TJoLr1AtSBQ-290" parent="1" style="rounded=0;whiteSpace=wrap;html=1;fillColor=#e1d5e7;strokeColor=#9673a6;" value="" vertex="1">
          <mxGeometry height="29" width="54" x="885" y="445" as="geometry" />
        </mxCell>
        <mxCell id="61uRF3do9TJoLr1AtSBQ-291" parent="1" style="rounded=0;whiteSpace=wrap;html=1;fillColor=#d5e8d4;strokeColor=#82b366;fontSize=16;" value="" vertex="1">
          <mxGeometry height="19" width="34" x="939" y="357.5" as="geometry" />
        </mxCell>
        <mxCell id="61uRF3do9TJoLr1AtSBQ-292" parent="1" style="rounded=0;whiteSpace=wrap;html=1;fillColor=#d5e8d4;strokeColor=#82b366;fontSize=16;" value="" vertex="1">
          <mxGeometry height="19" width="34" x="982" y="357.5" as="geometry" />
        </mxCell>
        <mxCell id="61uRF3do9TJoLr1AtSBQ-293" parent="1" style="ellipse;shape=cloud;whiteSpace=wrap;html=1;rounded=0;strokeColor=#6c8ebf;align=center;verticalAlign=middle;fontFamily=Helvetica;fontSize=12;resizable=1;fillColor=#dae8fc;" value="" vertex="1">
          <mxGeometry height="29" width="56" x="960" y="394" as="geometry" />
        </mxCell>
        <mxCell id="61uRF3do9TJoLr1AtSBQ-294" parent="1" style="ellipse;shape=cloud;whiteSpace=wrap;html=1;rounded=0;strokeColor=#6c8ebf;align=center;verticalAlign=middle;fontFamily=Helvetica;fontSize=12;resizable=1;fillColor=#dae8fc;" value="" vertex="1">
          <mxGeometry height="29" width="56" x="960" y="427.5" as="geometry" />
        </mxCell>
        <mxCell id="61uRF3do9TJoLr1AtSBQ-295" parent="1" style="ellipse;shape=cloud;whiteSpace=wrap;html=1;rounded=0;strokeColor=#6c8ebf;align=center;verticalAlign=middle;fontFamily=Helvetica;fontSize=12;resizable=1;fillColor=#dae8fc;" value="" vertex="1">
          <mxGeometry height="29" width="56" x="960" y="466.5" as="geometry" />
        </mxCell>
        <mxCell id="61uRF3do9TJoLr1AtSBQ-296" parent="1" style="ellipse;shape=cloud;whiteSpace=wrap;html=1;rounded=0;strokeColor=#6c8ebf;align=center;verticalAlign=middle;fontFamily=Helvetica;fontSize=12;resizable=1;fillColor=#dae8fc;" value="" vertex="1">
          <mxGeometry height="29" width="56" x="1022" y="394" as="geometry" />
        </mxCell>
        <mxCell id="61uRF3do9TJoLr1AtSBQ-297" parent="1" style="ellipse;shape=cloud;whiteSpace=wrap;html=1;rounded=0;strokeColor=#6c8ebf;align=center;verticalAlign=middle;fontFamily=Helvetica;fontSize=12;resizable=1;fillColor=#dae8fc;" value="" vertex="1">
          <mxGeometry height="29" width="56" x="1022" y="427.5" as="geometry" />
        </mxCell>
        <mxCell id="61uRF3do9TJoLr1AtSBQ-298" parent="1" style="ellipse;shape=cloud;whiteSpace=wrap;html=1;rounded=0;strokeColor=#6c8ebf;align=center;verticalAlign=middle;fontFamily=Helvetica;fontSize=12;resizable=1;fillColor=#dae8fc;" value="" vertex="1">
          <mxGeometry height="29" width="56" x="1022" y="467.5" as="geometry" />
        </mxCell>
        <mxCell id="61uRF3do9TJoLr1AtSBQ-299" parent="1" style="ellipse;shape=cloud;whiteSpace=wrap;html=1;rounded=0;strokeColor=#6c8ebf;align=center;verticalAlign=middle;fontFamily=Helvetica;fontSize=12;resizable=1;fillColor=#dae8fc;" value="" vertex="1">
          <mxGeometry height="29" width="56" x="1082" y="393" as="geometry" />
        </mxCell>
        <mxCell id="61uRF3do9TJoLr1AtSBQ-300" parent="1" style="ellipse;shape=cloud;whiteSpace=wrap;html=1;rounded=0;strokeColor=#6c8ebf;align=center;verticalAlign=middle;fontFamily=Helvetica;fontSize=12;resizable=1;fillColor=#dae8fc;" value="" vertex="1">
          <mxGeometry height="29" width="56" x="1082" y="426.5" as="geometry" />
        </mxCell>
        <mxCell id="61uRF3do9TJoLr1AtSBQ-301" parent="1" style="ellipse;shape=cloud;whiteSpace=wrap;html=1;rounded=0;strokeColor=#6c8ebf;align=center;verticalAlign=middle;fontFamily=Helvetica;fontSize=12;resizable=1;fillColor=#dae8fc;" value="" vertex="1">
          <mxGeometry height="29" width="56" x="1082" y="466.5" as="geometry" />
        </mxCell>
        <mxCell id="61uRF3do9TJoLr1AtSBQ-302" parent="1" style="text;html=1;whiteSpace=wrap;strokeColor=none;fillColor=none;align=center;verticalAlign=middle;rounded=0;" value="&lt;font style=&quot;font-size: 16px;&quot;&gt;Y Engine&lt;/font&gt;" vertex="1">
          <mxGeometry height="30" width="72" x="728" y="200" as="geometry" />
        </mxCell>
        <mxCell id="61uRF3do9TJoLr1AtSBQ-307" edge="1" parent="1" source="61uRF3do9TJoLr1AtSBQ-303" style="edgeStyle=orthogonalEdgeStyle;rounded=0;orthogonalLoop=1;jettySize=auto;html=1;exitX=1;exitY=0.5;exitDx=0;exitDy=0;entryX=0.5;entryY=0;entryDx=0;entryDy=0;jumpStyle=arc;" target="61uRF3do9TJoLr1AtSBQ-302">
          <mxGeometry relative="1" as="geometry">
            <Array as="points">
              <mxPoint x="210" y="246" />
              <mxPoint x="210" y="280" />
              <mxPoint x="270" y="280" />
              <mxPoint x="270" y="180" />
              <mxPoint x="764" y="180" />
            </Array>
          </mxGeometry>
        </mxCell>
        <mxCell id="61uRF3do9TJoLr1AtSBQ-303" parent="1" style="rounded=0;whiteSpace=wrap;html=1;fillColor=#d5e8d4;strokeColor=#82b366;" value="" vertex="1">
          <mxGeometry height="42" width="20" x="173" y="225" as="geometry" />
        </mxCell>
        <mxCell id="61uRF3do9TJoLr1AtSBQ-309" parent="1" style="rounded=0;whiteSpace=wrap;html=1;fillColor=#d5e8d4;strokeColor=#82b366;" value="" vertex="1">
          <mxGeometry height="42" width="20" x="223" y="225" as="geometry" />
        </mxCell>
        <mxCell id="61uRF3do9TJoLr1AtSBQ-312" edge="1" parent="1" source="61uRF3do9TJoLr1AtSBQ-309" style="edgeStyle=orthogonalEdgeStyle;rounded=0;orthogonalLoop=1;jettySize=auto;html=1;exitX=1;exitY=0.5;exitDx=0;exitDy=0;entryX=1;entryY=0.25;entryDx=0;entryDy=0;jumpStyle=arc;" target="61uRF3do9TJoLr1AtSBQ-258">
          <mxGeometry relative="1" as="geometry">
            <Array as="points">
              <mxPoint x="260" y="246" />
              <mxPoint x="260" y="170" />
              <mxPoint x="1172" y="170" />
              <mxPoint x="1172" y="278" />
              <mxPoint x="1152" y="278" />
            </Array>
          </mxGeometry>
        </mxCell>
        <mxCell id="61uRF3do9TJoLr1AtSBQ-320" edge="1" parent="1" source="61uRF3do9TJoLr1AtSBQ-257" style="edgeStyle=orthogonalEdgeStyle;rounded=0;orthogonalLoop=1;jettySize=auto;html=1;exitX=1;exitY=0.25;exitDx=0;exitDy=0;startArrow=classic;startFill=1;endArrow=none;endFill=0;jumpStyle=arc;">
          <mxGeometry relative="1" as="geometry">
            <Array as="points">
              <mxPoint x="720" y="279" />
            </Array>
            <mxPoint x="720" y="170" as="targetPoint" />
          </mxGeometry>
        </mxCell>
        <mxCell id="61uRF3do9TJoLr1AtSBQ-321" edge="1" parent="1" source="61uRF3do9TJoLr1AtSBQ-256" style="edgeStyle=orthogonalEdgeStyle;rounded=0;orthogonalLoop=1;jettySize=auto;html=1;exitX=0.5;exitY=0;exitDx=0;exitDy=0;startArrow=classic;startFill=1;endArrow=none;endFill=0;">
          <mxGeometry relative="1" as="geometry">
            <Array as="points">
              <mxPoint x="319" y="180" />
            </Array>
            <mxPoint x="320" y="180" as="targetPoint" />
          </mxGeometry>
        </mxCell>
+         <mxCell id="61uRF3do9TJoLr1AtSBQ-325" edge="1" parent="1" source="61uRF3do9TJoLr1AtSBQ-322" style="edgeStyle=orthogonalEdgeStyle;rounded=0;orthogonalLoop=1;jettySize=auto;html=1;exitX=1;exitY=0.5;exitDx=0;exitDy=0;exitPerimeter=0;entryX=0.5;entryY=1;entryDx=0;entryDy=0;jumpStyle=arc;" target="61uRF3do9TJoLr1AtSBQ-124">
+           <mxGeometry relative="1" as="geometry">
+             <Array as="points">
+               <mxPoint x="1219" y="220" />
+               <mxPoint x="1190" y="220" />
+               <mxPoint x="1190" y="150" />
+               <mxPoint x="1120" y="150" />
+             </Array>
+           </mxGeometry>
+         </mxCell>
+         <mxCell id="61uRF3do9TJoLr1AtSBQ-328" connectable="0" parent="61uRF3do9TJoLr1AtSBQ-325" style="edgeLabel;html=1;align=center;verticalAlign=middle;resizable=0;points=[];" value="cg_done" vertex="1">
+           <mxGeometry relative="1" x="0.1976" y="-2" as="geometry">
+             <mxPoint x="-32" as="offset" />
+           </mxGeometry>
+         </mxCell>
+         <mxCell id="61uRF3do9TJoLr1AtSBQ-322" parent="1" style="shape=or;whiteSpace=wrap;html=1;rotation=-90;fillColor=#f8cecc;strokeColor=#b85450;" value="" vertex="1">
+           <mxGeometry height="57.5" width="40" x="1198.75" y="253.75" as="geometry" />
+         </mxCell>
+         <mxCell id="61uRF3do9TJoLr1AtSBQ-323" edge="1" parent="1" source="61uRF3do9TJoLr1AtSBQ-257" style="edgeStyle=orthogonalEdgeStyle;rounded=0;orthogonalLoop=1;jettySize=auto;html=1;exitX=1;exitY=0.5;exitDx=0;exitDy=0;entryX=0;entryY=0.75;entryDx=0;entryDy=0;entryPerimeter=0;" target="61uRF3do9TJoLr1AtSBQ-322">
+           <mxGeometry relative="1" as="geometry">
+             <Array as="points">
+               <mxPoint x="720" y="357" />
+               <mxPoint x="720" y="540" />
+               <mxPoint x="1233" y="540" />
+             </Array>
+           </mxGeometry>
+         </mxCell>
+         <mxCell id="61uRF3do9TJoLr1AtSBQ-327" connectable="0" parent="61uRF3do9TJoLr1AtSBQ-323" style="edgeLabel;html=1;align=center;verticalAlign=middle;resizable=0;points=[];" value="engine_x_done" vertex="1">
+           <mxGeometry relative="1" x="0.3952" y="1" as="geometry">
+             <mxPoint as="offset" />
+           </mxGeometry>
+         </mxCell>
+         <mxCell id="61uRF3do9TJoLr1AtSBQ-324" edge="1" parent="1" source="61uRF3do9TJoLr1AtSBQ-258" style="edgeStyle=orthogonalEdgeStyle;rounded=0;orthogonalLoop=1;jettySize=auto;html=1;exitX=1;exitY=0.5;exitDx=0;exitDy=0;entryX=0;entryY=0.25;entryDx=0;entryDy=0;entryPerimeter=0;" target="61uRF3do9TJoLr1AtSBQ-322">
+           <mxGeometry relative="1" as="geometry" />
+         </mxCell>
+         <mxCell id="61uRF3do9TJoLr1AtSBQ-326" connectable="0" parent="61uRF3do9TJoLr1AtSBQ-324" style="edgeLabel;html=1;align=center;verticalAlign=middle;resizable=0;points=[];" value="engine_y&lt;div&gt;_done&lt;/div&gt;" vertex="1">
+           <mxGeometry relative="1" x="-0.4066" y="2" as="geometry">
+             <mxPoint as="offset" />
+           </mxGeometry>
+         </mxCell>
+         <mxCell id="61uRF3do9TJoLr1AtSBQ-141" edge="1" parent="1" style="endArrow=none;html=1;rounded=0;strokeWidth=4;" value="">
+           <mxGeometry height="50" relative="1" width="50" as="geometry">
+             <mxPoint x="20" y="135" as="sourcePoint" />
+             <mxPoint x="1290" y="135" as="targetPoint" />
+           </mxGeometry>
+         </mxCell>
+         <mxCell id="sc7hR3R-hiYR9xTRFbB--3" edge="1" parent="1" source="sc7hR3R-hiYR9xTRFbB--1" style="edgeStyle=orthogonalEdgeStyle;rounded=0;orthogonalLoop=1;jettySize=auto;html=1;exitX=0.5;exitY=1;exitDx=0;exitDy=0;entryX=0.75;entryY=0;entryDx=0;entryDy=0;" target="61uRF3do9TJoLr1AtSBQ-258">
+           <mxGeometry relative="1" as="geometry">
+             <Array as="points">
+               <mxPoint x="445" y="130" />
+               <mxPoint x="1046" y="130" />
+             </Array>
+           </mxGeometry>
+         </mxCell>
+         <mxCell id="sc7hR3R-hiYR9xTRFbB--1" parent="1" style="rounded=0;whiteSpace=wrap;html=1;fillColor=#ffe6cc;strokeColor=#d79b00;fontSize=16;" value="Q_*" vertex="1">
+           <mxGeometry height="60" width="35" x="427.5" y="55" as="geometry" />
+         </mxCell>
      </root>
    </mxGraphModel>
  </diagram>
</mxfile>
